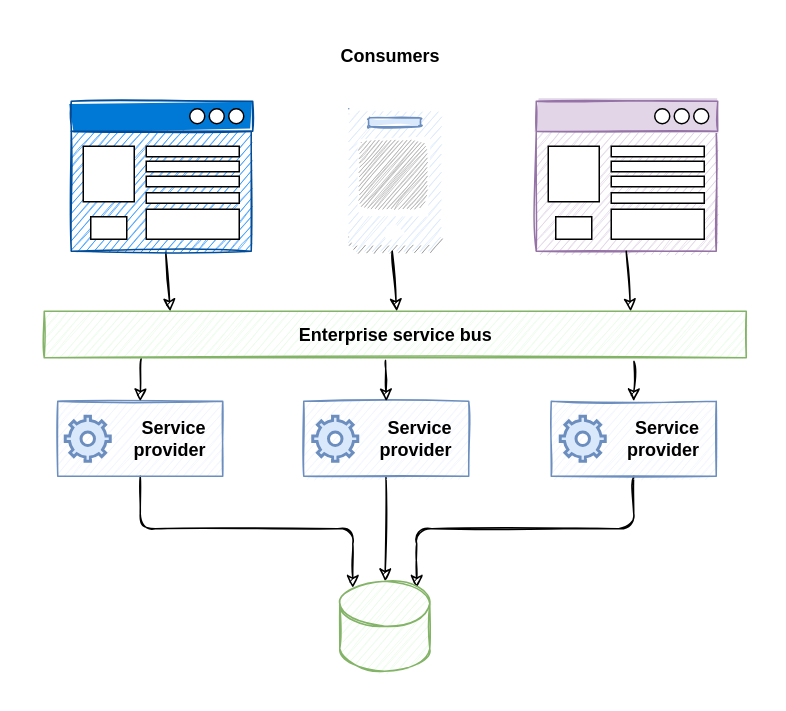
The draw.io diagram diagrams/the-world-is-distributed/soa-basic.drawio in EdwinVW/dapr-for-net-devs-diagrams, before the edit. Source tidied: cells renumbered, new cells numbered last; positions are measured from the earlier drawing's top-left corner, leaving out a move shared by most shapes. Both pictures are drawn from the tidied source at 150%, with x=0, y=0 at pixel (26, 26).
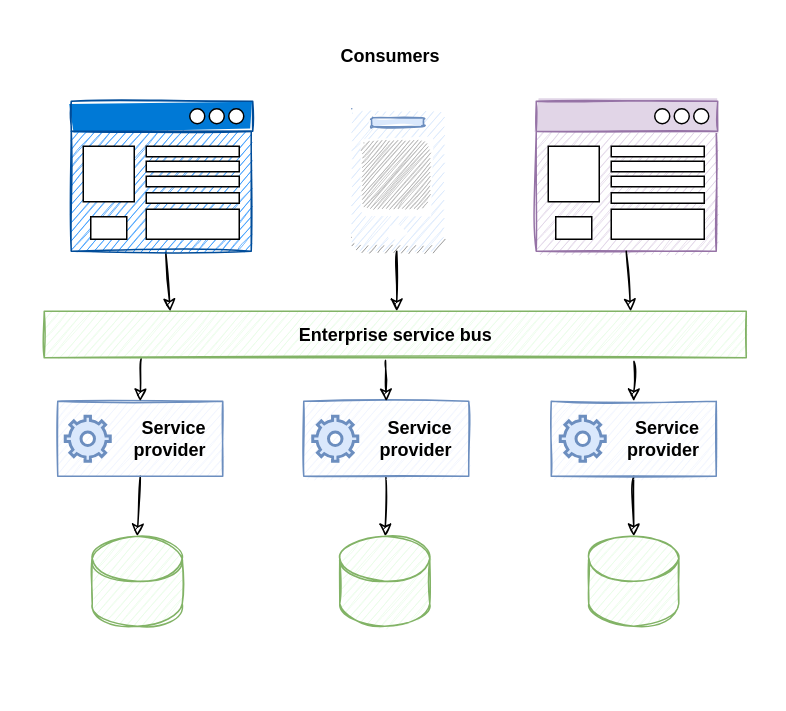
The same page after the edit.

Unchanged cells that the change refers to:
```xml
<mxCell id="4" value="Service&lt;br&gt;provider" style="html=1;sketch=1;strokeColor=#6c8ebf;fontStyle=1;labelBackgroundColor=none;fillColor=#F0F4FF;align=right;spacingRight=10;" parent="1" vertex="1">
  <mxGeometry x="21" y="250" width="110" height="50" as="geometry" />
</mxCell>
<mxCell id="45" value="Service&lt;br&gt;provider" style="html=1;sketch=1;strokeColor=#6c8ebf;fontStyle=1;labelBackgroundColor=none;fillColor=#F0F4FF;align=right;spacingRight=10;" parent="1" vertex="1">
  <mxGeometry x="350" y="250" width="110" height="50" as="geometry" />
</mxCell>
```

The edit, as a diff of the source:
```diff
@@
     <mxCell id="2" style="rounded=0;whiteSpace=wrap;html=1;sketch=0;gradientColor=none;fontSize=32;align=right;strokeColor=none;" parent="1" vertex="1">
-      <mxGeometry width="490" height="440" as="geometry" />
+      <mxGeometry width="490" height="420" as="geometry" />
     </mxCell>
-    <mxCell id="3" style="edgeStyle=orthogonalEdgeStyle;rounded=1;sketch=1;jettySize=auto;html=1;exitX=0.5;exitY=1;exitDx=0;exitDy=0;entryX=0.145;entryY=0;entryDx=0;entryDy=4.35;entryPerimeter=0;" parent="1" edge="1" source="4" target="24">
+    <mxCell id="3" style="rounded=1;sketch=1;jettySize=auto;html=1;exitX=0.5;exitY=1;exitDx=0;exitDy=0;entryX=0.5;entryY=0;entryDx=0;entryDy=0;entryPerimeter=0;" parent="1" edge="1" source="4" target="49">
       <mxGeometry relative="1" as="geometry" />
     </mxCell>
@@
-    <mxCell id="5" style="edgeStyle=orthogonalEdgeStyle;rounded=1;sketch=1;jettySize=auto;html=1;exitX=0.5;exitY=1;exitDx=0;exitDy=0;entryX=0.855;entryY=0;entryDx=0;entryDy=4.35;entryPerimeter=0;" parent="1" edge="1" source="45" target="24">
+    <mxCell id="5" style="rounded=1;sketch=1;jettySize=auto;html=1;exitX=0.5;exitY=1;exitDx=0;exitDy=0;entryX=0.5;entryY=0;entryDx=0;entryDy=0;entryPerimeter=0;" parent="1" edge="1" source="45" target="50">
       <mxGeometry relative="1" as="geometry" />
     </mxCell>
@@
     <mxCell id="24" style="shape=cylinder3;whiteSpace=wrap;html=1;boundedLbl=1;strokeColor=#82b366;sketch=1;fontStyle=1;labelBackgroundColor=none;fillColor=#E8FCE7;" parent="1" vertex="1">
-      <mxGeometry x="209" y="370" width="60" height="60" as="geometry" />
+      <mxGeometry x="209" y="340" width="60" height="60" as="geometry" />
     </mxCell>
@@
     <mxCell id="40" style="group;" parent="1" vertex="1">
-      <mxGeometry x="215" y="55" width="61.1" height="95" as="geometry" />
+      <mxGeometry x="217" y="55" width="61.1" height="95" as="geometry" />
     </mxCell>
@@
     <mxCell id="44" style="rounded=0;orthogonalLoop=1;jettySize=auto;html=1;entryX=0.5;entryY=0;entryDx=0;entryDy=0;sketch=1;" parent="1" edge="1">
       <mxGeometry relative="1" as="geometry">
-        <mxPoint x="244" y="150" as="sourcePoint" />
+        <mxPoint x="247" y="150" as="sourcePoint" />
         <mxPoint x="247" y="190" as="targetPoint" />
       </mxGeometry>
     </mxCell>
@@
+    <mxCell id="49" style="shape=cylinder3;whiteSpace=wrap;html=1;boundedLbl=1;strokeColor=#82b366;sketch=1;fontStyle=1;labelBackgroundColor=none;fillColor=#E8FCE7;" parent="1" vertex="1">
+      <mxGeometry x="44" y="340" width="60" height="60" as="geometry" />
+    </mxCell>
+    <mxCell id="50" style="shape=cylinder3;whiteSpace=wrap;html=1;boundedLbl=1;strokeColor=#82b366;sketch=1;fontStyle=1;labelBackgroundColor=none;fillColor=#E8FCE7;" parent="1" vertex="1">
+      <mxGeometry x="375" y="340" width="60" height="60" as="geometry" />
+    </mxCell>
```
